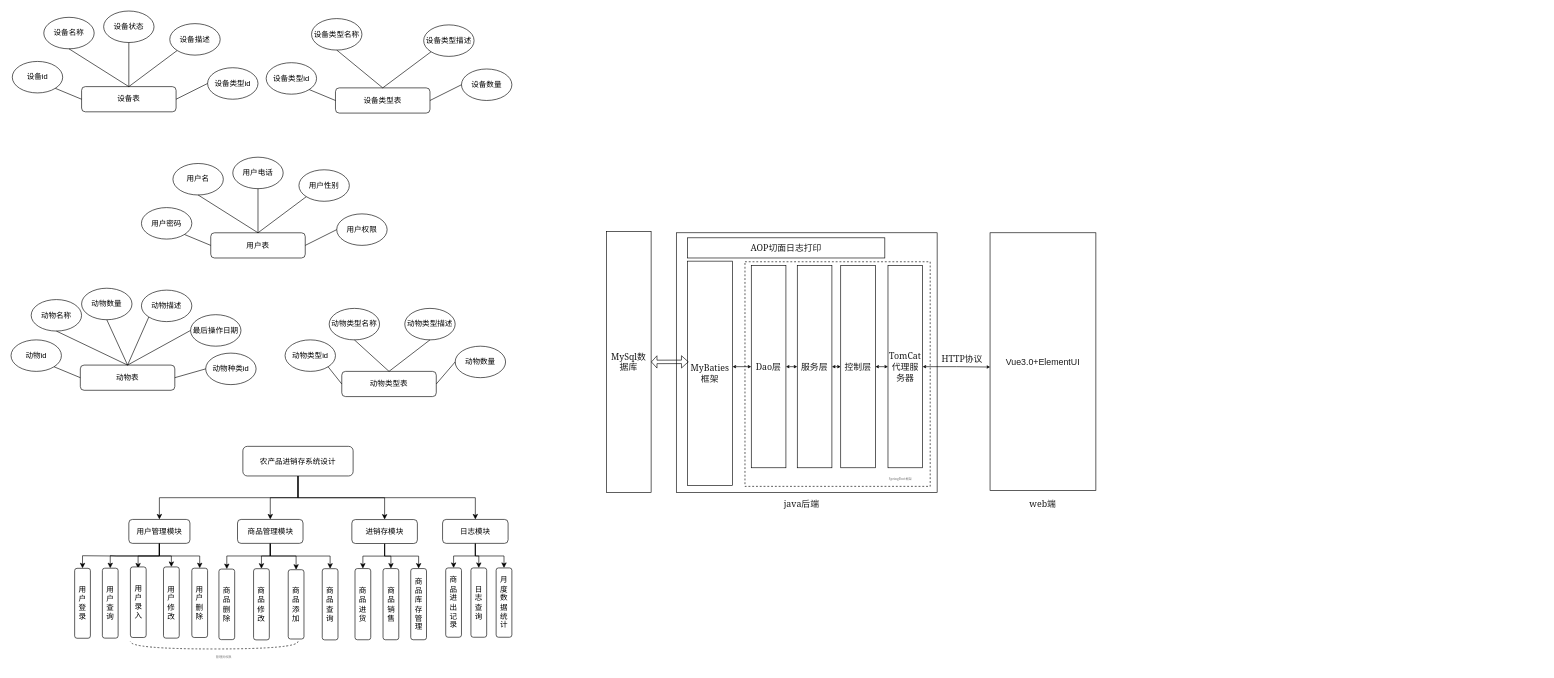
Before: 养殖场管理系统.drawio in specychicken/drawIO2, a draw.io diagram. Source tidied: cells renumbered, new cells numbered last; positions are measured from the earlier drawing's top-left corner, leaving out a move shared by most shapes. Both pictures are drawn from the tidied source at 63%, with x=0, y=0 at pixel (11, 11).
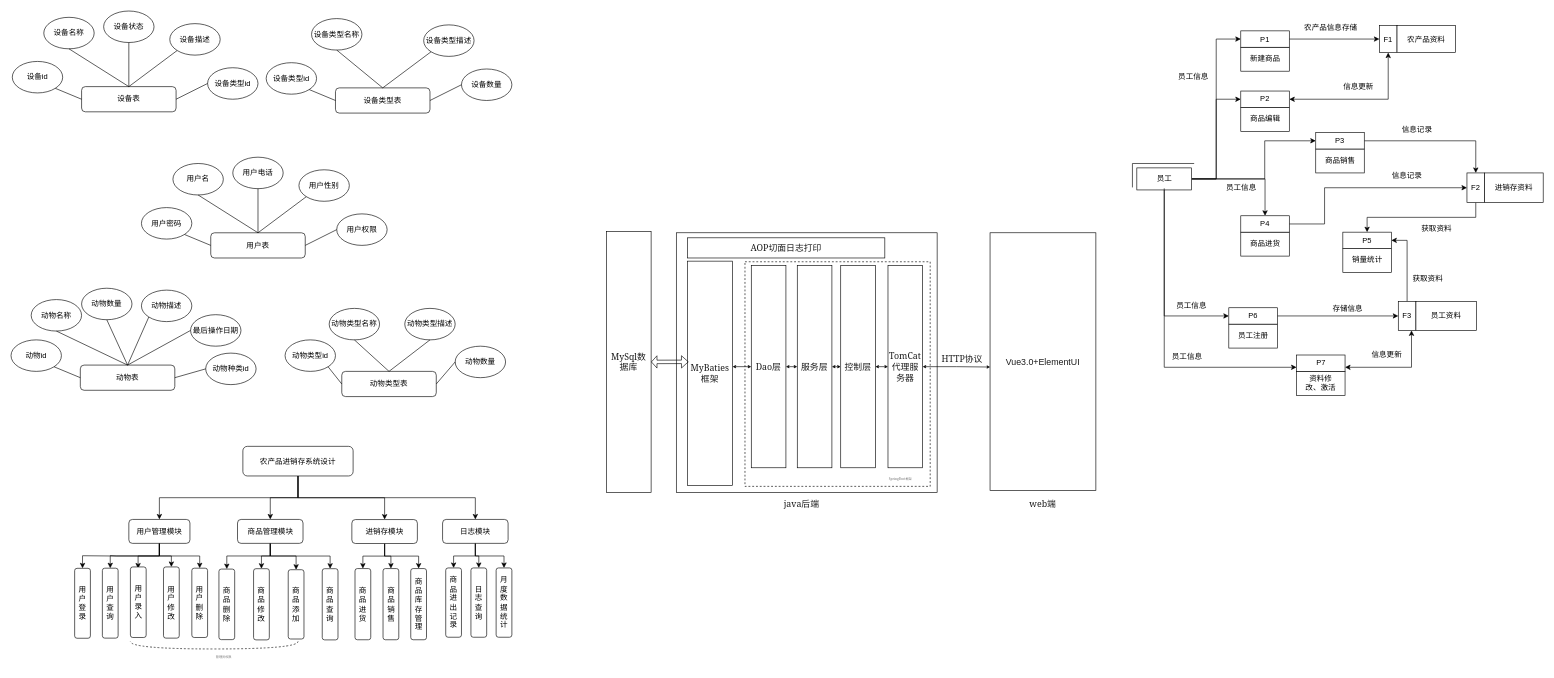
The same page after the edit.

Commit message:
更新养殖场管理系统.drawio

The edit, as a diff of the source:
```diff
@@
+    <mxCell id="116" style="edgeStyle=orthogonalEdgeStyle;rounded=0;jettySize=auto;html=1;exitX=0.5;exitY=1;exitDx=0;exitDy=0;entryX=0;entryY=0.5;entryDx=0;entryDy=0;" parent="1" edge="1" source="121" target="141">
+      <mxGeometry relative="1" as="geometry" />
+    </mxCell>
+    <mxCell id="117" style="edgeStyle=orthogonalEdgeStyle;rounded=0;jettySize=auto;html=1;exitX=1;exitY=0.5;exitDx=0;exitDy=0;entryX=0;entryY=0.5;entryDx=0;entryDy=0;startArrow=none;startFill=0;" parent="1" edge="1" source="121" target="159">
+      <mxGeometry relative="1" as="geometry" />
+    </mxCell>
+    <mxCell id="118" style="edgeStyle=orthogonalEdgeStyle;rounded=0;jettySize=auto;html=1;exitX=1;exitY=0.5;exitDx=0;exitDy=0;entryX=0;entryY=0.5;entryDx=0;entryDy=0;startArrow=none;startFill=0;" parent="1" edge="1" source="121" target="148">
+      <mxGeometry relative="1" as="geometry" />
+    </mxCell>
+    <mxCell id="119" style="edgeStyle=orthogonalEdgeStyle;rounded=0;jettySize=auto;html=1;exitX=1;exitY=0.5;exitDx=0;exitDy=0;entryX=0.5;entryY=0;entryDx=0;entryDy=0;startArrow=none;startFill=0;" parent="1" edge="1" source="121" target="152">
+      <mxGeometry relative="1" as="geometry" />
+    </mxCell>
+    <mxCell id="120" style="edgeStyle=orthogonalEdgeStyle;rounded=0;jettySize=auto;html=1;exitX=1;exitY=0.5;exitDx=0;exitDy=0;entryX=0;entryY=0.5;entryDx=0;entryDy=0;startArrow=none;startFill=0;" parent="1" edge="1" source="121" target="156">
+      <mxGeometry relative="1" as="geometry">
+        <Array as="points">
+          <mxPoint x="1990" y="267" />
+          <mxPoint x="1990" y="206" />
+        </Array>
+      </mxGeometry>
+    </mxCell>
+    <mxCell id="121" style="rounded=0;whiteSpace=wrap;html=1;" parent="1" vertex="1">
+      <mxGeometry x="1787" y="249" width="87" height="35" as="geometry" />
+    </mxCell>
+    <mxCell id="122" style="endArrow=none;html=1;rounded=0;" parent="1" edge="1">
+      <mxGeometry relative="1" as="geometry">
+        <mxPoint x="1780" y="242" as="sourcePoint" />
+        <mxPoint x="1878" y="242" as="targetPoint" />
+      </mxGeometry>
+    </mxCell>
+    <mxCell id="123" style="endArrow=none;html=1;rounded=0;" parent="1" edge="1">
+      <mxGeometry relative="1" as="geometry">
+        <mxPoint x="1780" y="242" as="sourcePoint" />
+        <mxPoint x="1780" y="280" as="targetPoint" />
+      </mxGeometry>
+    </mxCell>
+    <mxCell id="124" style="edgeStyle=orthogonalEdgeStyle;rounded=0;jettySize=auto;html=1;exitX=0.5;exitY=1;exitDx=0;exitDy=0;entryX=0;entryY=0.75;entryDx=0;entryDy=0;" parent="1" edge="1" source="125" target="144">
+      <mxGeometry relative="1" as="geometry" />
+    </mxCell>
+    <mxCell id="125" value="员工" style="text;html=1;strokeColor=none;fillColor=none;align=center;verticalAlign=middle;whiteSpace=wrap;rounded=0;" parent="1" vertex="1">
+      <mxGeometry x="1800.5" y="251.5" width="60" height="30" as="geometry" />
+    </mxCell>
+    <mxCell id="126" style="edgeStyle=orthogonalEdgeStyle;rounded=0;jettySize=auto;html=1;exitX=0.75;exitY=1;exitDx=0;exitDy=0;entryX=1;entryY=0.75;entryDx=0;entryDy=0;startArrow=classic;startFill=1;" parent="1" edge="1" source="128" target="144">
+      <mxGeometry relative="1" as="geometry" />
+    </mxCell>
+    <mxCell id="127" style="edgeStyle=orthogonalEdgeStyle;rounded=0;jettySize=auto;html=1;exitX=0.5;exitY=0;exitDx=0;exitDy=0;entryX=1;entryY=0.5;entryDx=0;entryDy=0;startArrow=none;startFill=0;" parent="1" edge="1" source="128" target="162">
+      <mxGeometry relative="1" as="geometry" />
+    </mxCell>
+    <mxCell id="128" value="F3" style="rounded=0;whiteSpace=wrap;html=1;" parent="1" vertex="1">
+      <mxGeometry x="2202" y="461" width="28" height="46" as="geometry" />
+    </mxCell>
+    <mxCell id="129" style="rounded=0;whiteSpace=wrap;html=1;" parent="1" vertex="1">
+      <mxGeometry x="2230" y="461" width="96" height="46" as="geometry" />
+    </mxCell>
+    <mxCell id="130" value="员工资料" style="text;html=1;strokeColor=none;fillColor=none;align=center;verticalAlign=middle;whiteSpace=wrap;rounded=0;" parent="1" vertex="1">
+      <mxGeometry x="2248" y="469" width="60" height="30" as="geometry" />
+    </mxCell>
+    <mxCell id="131" style="edgeStyle=orthogonalEdgeStyle;rounded=0;jettySize=auto;html=1;exitX=0.5;exitY=1;exitDx=0;exitDy=0;entryX=1;entryY=0.5;entryDx=0;entryDy=0;startArrow=classic;startFill=1;" parent="1" edge="1" source="132" target="159">
+      <mxGeometry relative="1" as="geometry" />
+    </mxCell>
+    <mxCell id="132" value="F1" style="rounded=0;whiteSpace=wrap;html=1;" parent="1" vertex="1">
+      <mxGeometry x="2172" y="23" width="28" height="43" as="geometry" />
+    </mxCell>
+    <mxCell id="133" style="rounded=0;whiteSpace=wrap;html=1;" parent="1" vertex="1">
+      <mxGeometry x="2200" y="23" width="93" height="43" as="geometry" />
+    </mxCell>
+    <mxCell id="134" value="农产品资料" style="text;html=1;strokeColor=none;fillColor=none;align=center;verticalAlign=middle;whiteSpace=wrap;rounded=0;" parent="1" vertex="1">
+      <mxGeometry x="2211" y="29.5" width="71" height="30" as="geometry" />
+    </mxCell>
+    <mxCell id="135" style="edgeStyle=orthogonalEdgeStyle;rounded=0;jettySize=auto;html=1;exitX=0.5;exitY=1;exitDx=0;exitDy=0;entryX=0.5;entryY=0;entryDx=0;entryDy=0;startArrow=none;startFill=0;" parent="1" edge="1" source="136" target="162">
+      <mxGeometry relative="1" as="geometry" />
+    </mxCell>
+    <mxCell id="136" value="F2" style="rounded=0;whiteSpace=wrap;html=1;" parent="1" vertex="1">
+      <mxGeometry x="2311" y="257" width="28" height="47" as="geometry" />
+    </mxCell>
+    <mxCell id="137" style="rounded=0;whiteSpace=wrap;html=1;" parent="1" vertex="1">
+      <mxGeometry x="2339" y="257" width="93" height="47" as="geometry" />
+    </mxCell>
+    <mxCell id="138" value="进销存资料" style="text;html=1;strokeColor=none;fillColor=none;align=center;verticalAlign=middle;whiteSpace=wrap;rounded=0;" parent="1" vertex="1">
+      <mxGeometry x="2352" y="265.5" width="67" height="30" as="geometry" />
+    </mxCell>
+    <mxCell id="139" style="rounded=0;whiteSpace=wrap;html=1;" parent="1" vertex="1">
+      <mxGeometry x="1933" y="497" width="77" height="38" as="geometry" />
+    </mxCell>
+    <mxCell id="140" style="edgeStyle=orthogonalEdgeStyle;rounded=0;jettySize=auto;html=1;exitX=1;exitY=0.5;exitDx=0;exitDy=0;entryX=0;entryY=0.5;entryDx=0;entryDy=0;" parent="1" edge="1" source="141" target="128">
+      <mxGeometry relative="1" as="geometry" />
+    </mxCell>
+    <mxCell id="141" value="P6" style="rounded=0;whiteSpace=wrap;html=1;" parent="1" vertex="1">
+      <mxGeometry x="1933" y="471" width="77" height="26" as="geometry" />
+    </mxCell>
+    <mxCell id="142" value="员工注册" style="text;html=1;strokeColor=none;fillColor=none;align=center;verticalAlign=middle;whiteSpace=wrap;rounded=0;" parent="1" vertex="1">
+      <mxGeometry x="1941.5" y="500" width="60" height="30" as="geometry" />
+    </mxCell>
+    <mxCell id="143" style="rounded=0;whiteSpace=wrap;html=1;" parent="1" vertex="1">
+      <mxGeometry x="2040.5" y="572" width="77" height="38" as="geometry" />
+    </mxCell>
+    <mxCell id="144" value="P7" style="rounded=0;whiteSpace=wrap;html=1;" parent="1" vertex="1">
+      <mxGeometry x="2040.5" y="546" width="77" height="26" as="geometry" />
+    </mxCell>
+    <mxCell id="145" value="资料修改、激活" style="text;html=1;strokeColor=none;fillColor=none;align=center;verticalAlign=middle;whiteSpace=wrap;rounded=0;" parent="1" vertex="1">
+      <mxGeometry x="2049" y="575" width="60" height="30" as="geometry" />
+    </mxCell>
+    <mxCell id="146" style="rounded=0;whiteSpace=wrap;html=1;" parent="1" vertex="1">
+      <mxGeometry x="1952" y="57.5" width="77" height="38" as="geometry" />
+    </mxCell>
+    <mxCell id="147" style="edgeStyle=orthogonalEdgeStyle;rounded=0;jettySize=auto;html=1;exitX=1;exitY=0.5;exitDx=0;exitDy=0;entryX=0;entryY=0.5;entryDx=0;entryDy=0;startArrow=none;startFill=0;" parent="1" edge="1" source="148" target="132">
+      <mxGeometry relative="1" as="geometry" />
+    </mxCell>
+    <mxCell id="148" value="P1" style="rounded=0;whiteSpace=wrap;html=1;" parent="1" vertex="1">
+      <mxGeometry x="1952" y="31.5" width="77" height="26" as="geometry" />
+    </mxCell>
+    <mxCell id="149" value="新建商品" style="text;html=1;strokeColor=none;fillColor=none;align=center;verticalAlign=middle;whiteSpace=wrap;rounded=0;" parent="1" vertex="1">
+      <mxGeometry x="1960.5" y="60.5" width="60" height="30" as="geometry" />
+    </mxCell>
+    <mxCell id="150" style="rounded=0;whiteSpace=wrap;html=1;" parent="1" vertex="1">
+      <mxGeometry x="1952" y="351" width="77" height="38" as="geometry" />
+    </mxCell>
+    <mxCell id="151" style="edgeStyle=orthogonalEdgeStyle;rounded=0;jettySize=auto;html=1;exitX=1;exitY=0.5;exitDx=0;exitDy=0;entryX=0;entryY=0.5;entryDx=0;entryDy=0;startArrow=none;startFill=0;" parent="1" edge="1" source="152" target="136">
+      <mxGeometry relative="1" as="geometry">
+        <Array as="points">
+          <mxPoint x="2085" y="338" />
+          <mxPoint x="2085" y="281" />
+        </Array>
+      </mxGeometry>
+    </mxCell>
+    <mxCell id="152" value="P4" style="rounded=0;whiteSpace=wrap;html=1;" parent="1" vertex="1">
+      <mxGeometry x="1952" y="325" width="77" height="26" as="geometry" />
+    </mxCell>
+    <mxCell id="153" value="商品进货" style="text;html=1;strokeColor=none;fillColor=none;align=center;verticalAlign=middle;whiteSpace=wrap;rounded=0;" parent="1" vertex="1">
+      <mxGeometry x="1960.5" y="354" width="60" height="30" as="geometry" />
+    </mxCell>
+    <mxCell id="154" style="rounded=0;whiteSpace=wrap;html=1;" parent="1" vertex="1">
+      <mxGeometry x="2071" y="219" width="77" height="38" as="geometry" />
+    </mxCell>
+    <mxCell id="155" style="edgeStyle=orthogonalEdgeStyle;rounded=0;jettySize=auto;html=1;exitX=1;exitY=0.5;exitDx=0;exitDy=0;entryX=0.5;entryY=0;entryDx=0;entryDy=0;startArrow=none;startFill=0;" parent="1" edge="1" source="156" target="136">
+      <mxGeometry relative="1" as="geometry" />
+    </mxCell>
+    <mxCell id="156" value="P3" style="rounded=0;whiteSpace=wrap;html=1;" parent="1" vertex="1">
+      <mxGeometry x="2071" y="193" width="77" height="26" as="geometry" />
+    </mxCell>
+    <mxCell id="157" value="商品销售" style="text;html=1;strokeColor=none;fillColor=none;align=center;verticalAlign=middle;whiteSpace=wrap;rounded=0;" parent="1" vertex="1">
+      <mxGeometry x="2079.5" y="222" width="60" height="30" as="geometry" />
+    </mxCell>
+    <mxCell id="158" style="rounded=0;whiteSpace=wrap;html=1;" parent="1" vertex="1">
+      <mxGeometry x="1952" y="153" width="77" height="38" as="geometry" />
+    </mxCell>
+    <mxCell id="159" value="P2" style="rounded=0;whiteSpace=wrap;html=1;" parent="1" vertex="1">
+      <mxGeometry x="1952" y="127" width="77" height="26" as="geometry" />
+    </mxCell>
+    <mxCell id="160" value="商品编辑" style="text;html=1;strokeColor=none;fillColor=none;align=center;verticalAlign=middle;whiteSpace=wrap;rounded=0;" parent="1" vertex="1">
+      <mxGeometry x="1960.5" y="156" width="60" height="30" as="geometry" />
+    </mxCell>
+    <mxCell id="161" style="rounded=0;whiteSpace=wrap;html=1;" parent="1" vertex="1">
+      <mxGeometry x="2114" y="377" width="77" height="38" as="geometry" />
+    </mxCell>
+    <mxCell id="162" value="P5" style="rounded=0;whiteSpace=wrap;html=1;" parent="1" vertex="1">
+      <mxGeometry x="2114" y="351" width="77" height="26" as="geometry" />
+    </mxCell>
+    <mxCell id="163" value="销量统计" style="text;html=1;strokeColor=none;fillColor=none;align=center;verticalAlign=middle;whiteSpace=wrap;rounded=0;" parent="1" vertex="1">
+      <mxGeometry x="2122.5" y="380" width="60" height="30" as="geometry" />
+    </mxCell>
+    <mxCell id="164" value="员工信息" style="text;html=1;strokeColor=none;fillColor=none;align=center;verticalAlign=middle;whiteSpace=wrap;rounded=0;" parent="1" vertex="1">
+      <mxGeometry x="1844" y="453" width="60" height="30" as="geometry" />
+    </mxCell>
+    <mxCell id="165" value="员工信息" style="text;html=1;strokeColor=none;fillColor=none;align=center;verticalAlign=middle;whiteSpace=wrap;rounded=0;" parent="1" vertex="1">
+      <mxGeometry x="1837" y="534" width="60" height="30" as="geometry" />
+    </mxCell>
+    <mxCell id="166" value="存储信息" style="text;html=1;strokeColor=none;fillColor=none;align=center;verticalAlign=middle;whiteSpace=wrap;rounded=0;" parent="1" vertex="1">
+      <mxGeometry x="2091.5" y="457" width="60" height="30" as="geometry" />
+    </mxCell>
+    <mxCell id="167" value="信息更新" style="text;html=1;strokeColor=none;fillColor=none;align=center;verticalAlign=middle;whiteSpace=wrap;rounded=0;" parent="1" vertex="1">
+      <mxGeometry x="2154" y="530" width="60" height="30" as="geometry" />
+    </mxCell>
+    <mxCell id="168" value="员工信息" style="text;html=1;strokeColor=none;fillColor=none;align=center;verticalAlign=middle;whiteSpace=wrap;rounded=0;" parent="1" vertex="1">
+      <mxGeometry x="1847" y="90" width="60" height="30" as="geometry" />
+    </mxCell>
+    <mxCell id="169" value="农产品信息存储" style="text;html=1;strokeColor=none;fillColor=none;align=center;verticalAlign=middle;whiteSpace=wrap;rounded=0;" parent="1" vertex="1">
+      <mxGeometry x="2047" y="12" width="96" height="30" as="geometry" />
+    </mxCell>
+    <mxCell id="170" value="信息更新" style="text;html=1;strokeColor=none;fillColor=none;align=center;verticalAlign=middle;whiteSpace=wrap;rounded=0;" parent="1" vertex="1">
+      <mxGeometry x="2109" y="105" width="60" height="30" as="geometry" />
+    </mxCell>
+    <mxCell id="171" value="员工信息" style="text;html=1;strokeColor=none;fillColor=none;align=center;verticalAlign=middle;whiteSpace=wrap;rounded=0;" parent="1" vertex="1">
+      <mxGeometry x="1923" y="265.5" width="60" height="30" as="geometry" />
+    </mxCell>
+    <mxCell id="172" value="信息记录" style="text;html=1;strokeColor=none;fillColor=none;align=center;verticalAlign=middle;whiteSpace=wrap;rounded=0;" parent="1" vertex="1">
+      <mxGeometry x="2202" y="173" width="60" height="30" as="geometry" />
+    </mxCell>
+    <mxCell id="173" value="信息记录" style="text;html=1;strokeColor=none;fillColor=none;align=center;verticalAlign=middle;whiteSpace=wrap;rounded=0;" parent="1" vertex="1">
+      <mxGeometry x="2186" y="246" width="60" height="30" as="geometry" />
+    </mxCell>
+    <mxCell id="174" value="获取资料" style="text;html=1;strokeColor=none;fillColor=none;align=center;verticalAlign=middle;whiteSpace=wrap;rounded=0;" parent="1" vertex="1">
+      <mxGeometry x="2233" y="330" width="60" height="30" as="geometry" />
+    </mxCell>
+    <mxCell id="175" value="获取资料" style="text;html=1;strokeColor=none;fillColor=none;align=center;verticalAlign=middle;whiteSpace=wrap;rounded=0;" parent="1" vertex="1">
+      <mxGeometry x="2219" y="410" width="60" height="30" as="geometry" />
+    </mxCell>
```
